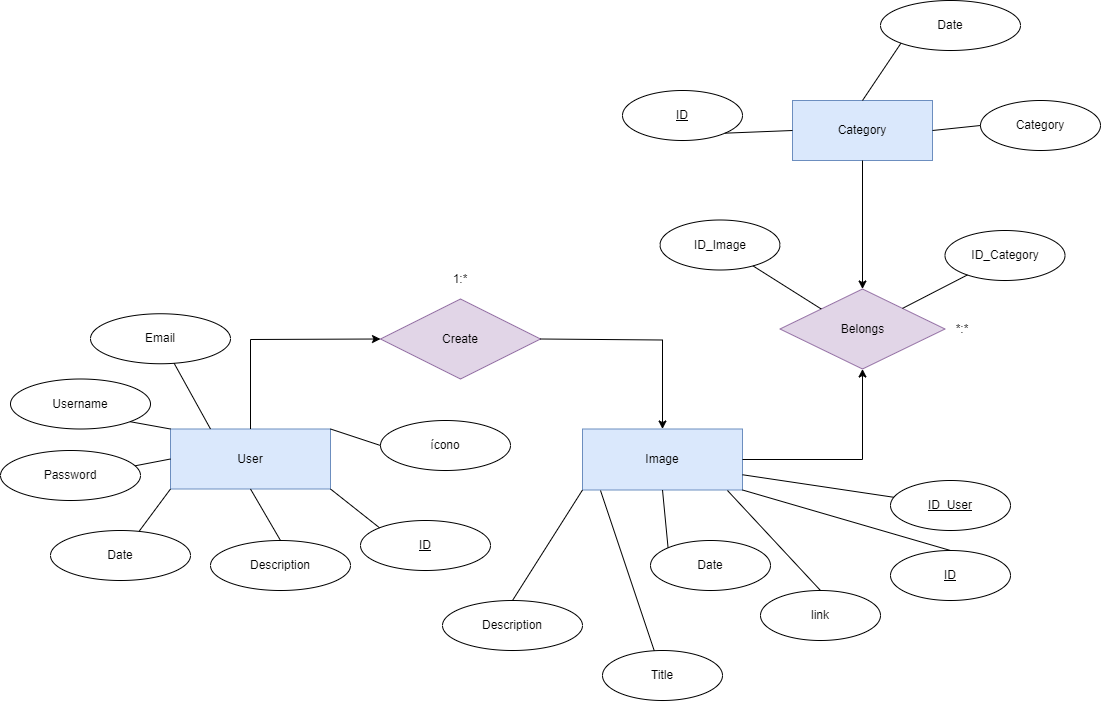
RicardoRobledo/calling-art-backend keeps this draw.io diagram as diagrams/calling-art-er-diagram.png. Above is the earlier version. Source tidied: cells renumbered, new cells last; positions are measured from the earlier drawing's top-left corner, leaving out a move shared by most shapes.
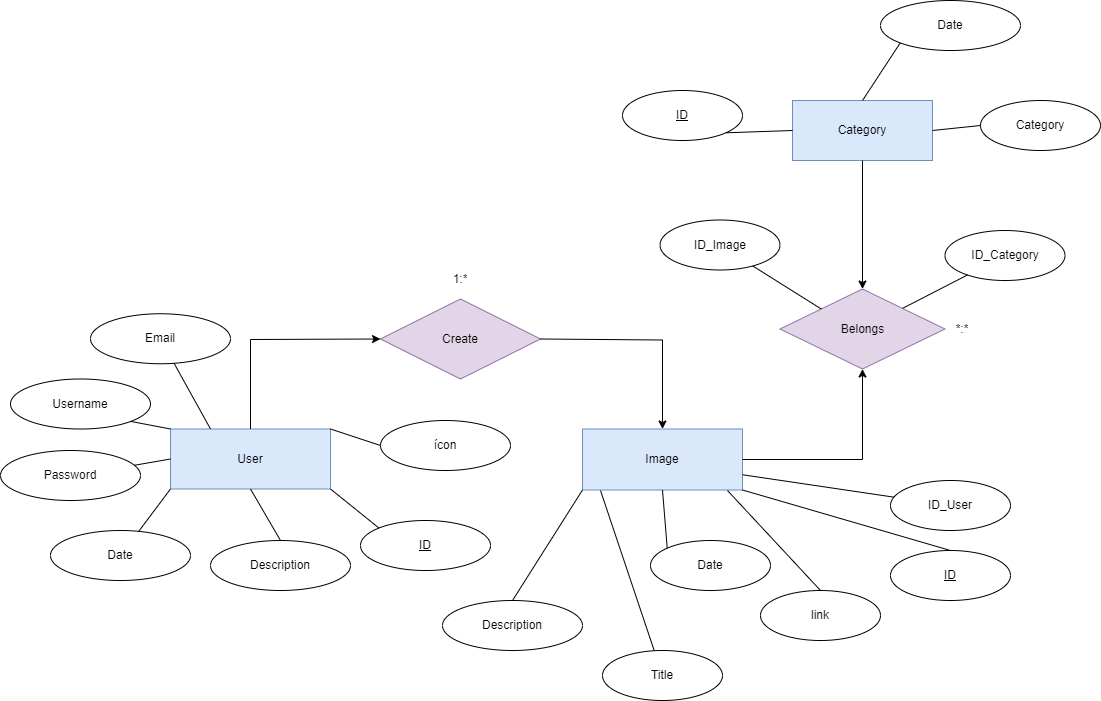
The same file after the commit.

Commit message:
feat(diagrams): 'calling-art-er-diagram' was updated

The edit, as a diff of the source:
```diff
@@ -139,7 +139,7 @@
     <mxCell id="42" style="endArrow=none;html=1;rounded=0;entryX=0;entryY=0;entryDx=0;entryDy=0;" parent="1" edge="1" source="39" target="11">
       <mxGeometry relative="1" as="geometry" />
     </mxCell>
-    <mxCell id="43" value="&lt;u&gt;ID_User&lt;/u&gt;" style="ellipse;whiteSpace=wrap;html=1;" parent="1" vertex="1">
+    <mxCell id="43" value="ID_User" style="ellipse;whiteSpace=wrap;html=1;" parent="1" vertex="1">
       <mxGeometry x="890" y="480" width="120" height="50" as="geometry" />
     </mxCell>
     <mxCell id="44" style="endArrow=none;html=1;rounded=0;exitX=1;exitY=0.75;exitDx=0;exitDy=0;" parent="1" edge="1" source="3" target="43">
@@ -151,7 +151,7 @@
     <mxCell id="46" style="endArrow=none;html=1;rounded=0;entryX=0;entryY=1;entryDx=0;entryDy=0;exitX=0.5;exitY=0;exitDx=0;exitDy=0;" parent="1" edge="1" source="8" target="45">
       <mxGeometry relative="1" as="geometry" />
     </mxCell>
-    <mxCell id="47" value="ícono" style="ellipse;whiteSpace=wrap;html=1;fontStyle=0;" parent="1" vertex="1">
+    <mxCell id="47" value="ícon" style="ellipse;whiteSpace=wrap;html=1;fontStyle=0;" parent="1" vertex="1">
       <mxGeometry x="380" y="420" width="130" height="50" as="geometry" />
     </mxCell>
     <mxCell id="48" style="endArrow=none;html=1;rounded=0;entryX=0;entryY=0.5;entryDx=0;entryDy=0;exitX=1;exitY=0;exitDx=0;exitDy=0;" parent="1" edge="1" source="2" target="47">
```
